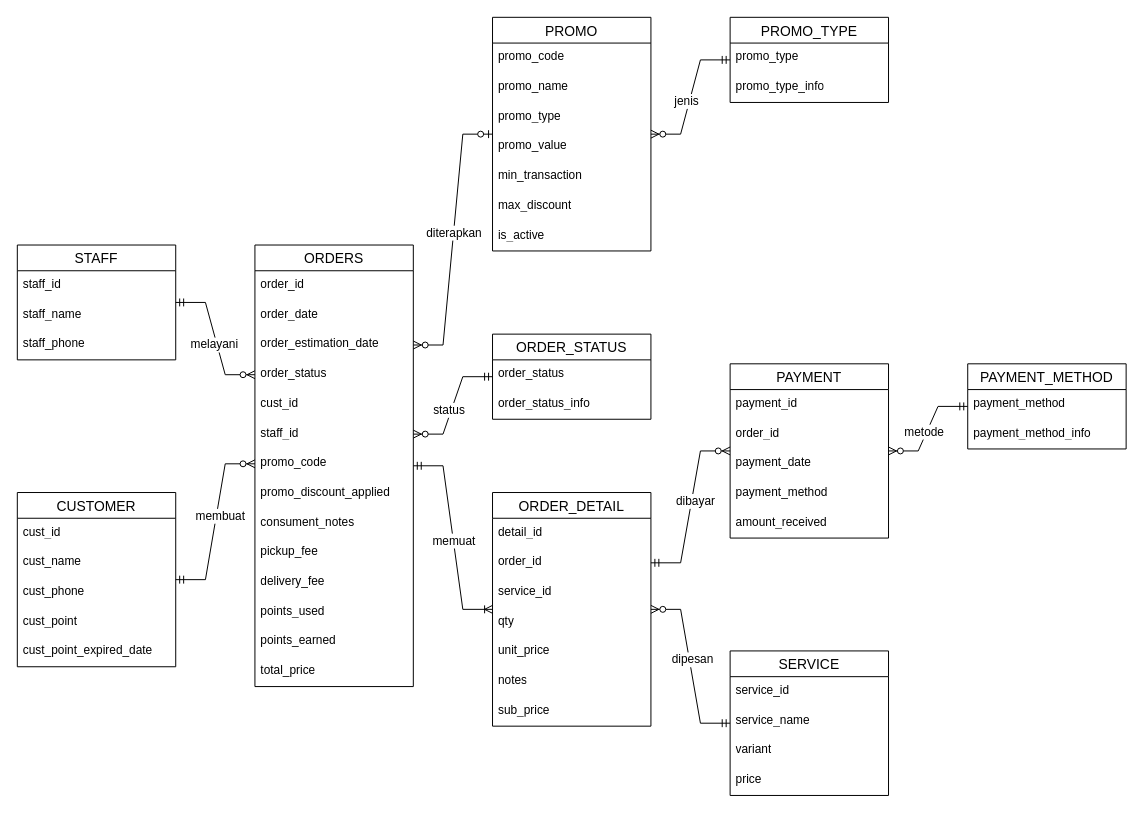
Above: docs/erd-logis.drawio in restumj/laundry-project (draw.io), before the change. Source tidied: cells renumbered, new cells numbered last; positions are measured from the earlier drawing's top-left corner, leaving out a move shared by most shapes. Both pictures are drawn from the tidied source at 99%, with x=0, y=0 at pixel (17, 17).
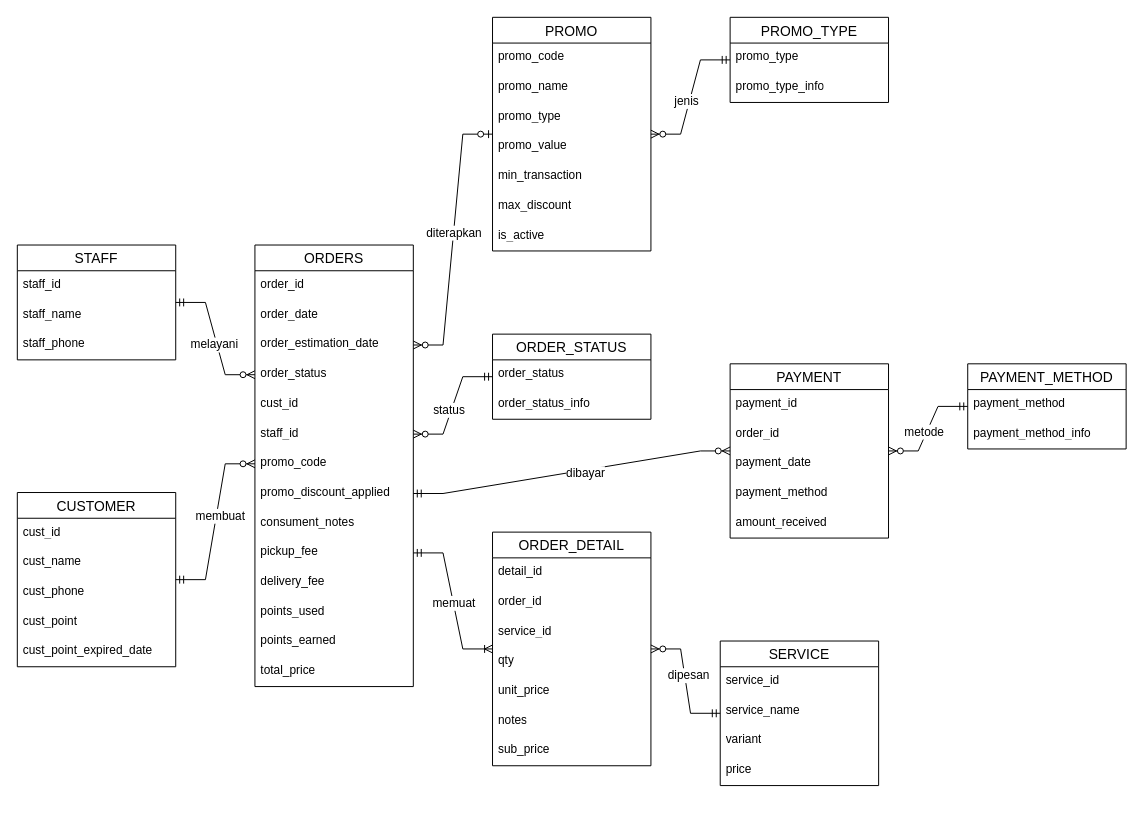
Above is the later version.

The change refers to these unchanged cells:
```xml
<mxCell id="2" value="ORDERS" style="swimlane;fontStyle=0;horizontal=1;startSize=26;align=center;fontSize=14;" parent="1" vertex="1">
  <mxGeometry x="240" y="230" width="160" height="446" as="geometry" />
</mxCell>
<mxCell id="10" value="promo_discount_applied" style="text;strokeColor=none;fillColor=none;spacingLeft=4;spacingRight=4;overflow=hidden;points=[[0,0.5],[1,0.5]];portConstraint=eastwest;fontSize=12;whiteSpace=wrap;html=1;" parent="2" vertex="1">
  <mxGeometry y="236" width="160" height="30" as="geometry" />
</mxCell>
<mxCell id="12" value="pickup_fee" style="text;strokeColor=none;fillColor=none;spacingLeft=4;spacingRight=4;overflow=hidden;points=[[0,0.5],[1,0.5]];portConstraint=eastwest;fontSize=12;whiteSpace=wrap;html=1;" parent="2" vertex="1">
  <mxGeometry y="296" width="160" height="30" as="geometry" />
</mxCell>
<mxCell id="19" value="order_id" style="text;strokeColor=none;fillColor=none;spacingLeft=4;spacingRight=4;overflow=hidden;points=[[0,0.5],[1,0.5]];portConstraint=eastwest;fontSize=12;whiteSpace=wrap;html=1;" parent="17" vertex="1">
  <mxGeometry y="56" width="160" height="30" as="geometry" />
</mxCell>
<mxCell id="51" value="PAYMENT" style="swimlane;fontStyle=0;horizontal=1;startSize=26;align=center;fontSize=14;" parent="1" vertex="1">
  <mxGeometry x="720" y="350" width="160" height="176" as="geometry" />
</mxCell>
```

The edit, as a diff of the source:
```diff
@@
     <mxCell id="17" value="ORDER_DETAIL" style="swimlane;fontStyle=0;horizontal=1;startSize=26;align=center;fontSize=14;" parent="1" vertex="1">
-      <mxGeometry x="480" y="480" width="160" height="236" as="geometry" />
+      <mxGeometry x="480" y="520" width="160" height="236" as="geometry" />
     </mxCell>
@@
     <mxCell id="38" value="SERVICE" style="swimlane;fontStyle=0;horizontal=1;startSize=26;align=center;fontSize=14;" parent="1" vertex="1">
-      <mxGeometry x="720" y="640" width="160" height="146" as="geometry" />
+      <mxGeometry x="710" y="630" width="160" height="146" as="geometry" />
     </mxCell>
@@
-    <mxCell id="63" style="edgeStyle=entityRelationEdgeStyle;fontSize=12;html=1;endArrow=ERoneToMany;startArrow=ERmandOne;rounded=0;defaultLabelBackgroundColor=page;" parent="1" edge="1" source="2" target="17">
+    <mxCell id="63" style="edgeStyle=entityRelationEdgeStyle;fontSize=12;html=1;endArrow=ERoneToMany;startArrow=ERmandOne;rounded=0;defaultLabelBackgroundColor=page;exitX=1;exitY=0.5;exitDx=0;exitDy=0;" parent="1" edge="1" source="12" target="17">
       <mxGeometry relative="1" as="geometry" />
     </mxCell>
@@
-    <mxCell id="67" style="edgeStyle=entityRelationEdgeStyle;fontSize=12;html=1;endArrow=ERzeroToMany;startArrow=ERmandOne;rounded=0;defaultLabelBackgroundColor=page;exitX=1;exitY=0.5;exitDx=0;exitDy=0;" parent="1" edge="1" source="19" target="51">
+    <mxCell id="67" style="edgeStyle=entityRelationEdgeStyle;fontSize=12;html=1;endArrow=ERzeroToMany;startArrow=ERmandOne;rounded=0;defaultLabelBackgroundColor=page;exitX=1;exitY=0.5;exitDx=0;exitDy=0;" parent="1" edge="1" source="10" target="51">
       <mxGeometry relative="1" as="geometry" />
     </mxCell>
```
